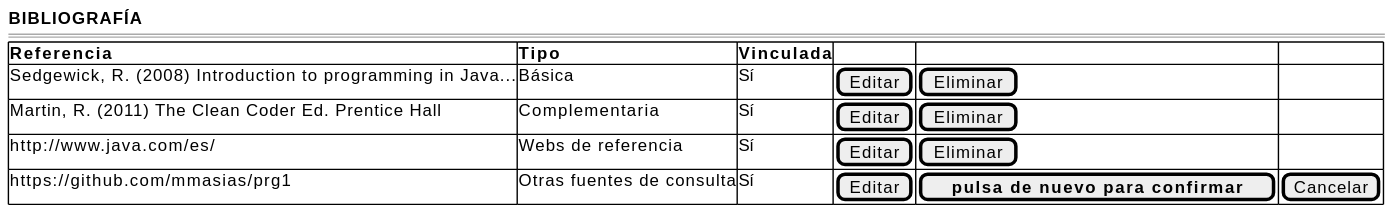
Before: images/RUP/01-requisitos/03-detalle-casos-uso/eliminarReferenciaBibliografica/wireframe.svg, a diagram exported from PlantUML (mmasias/pyCeldaPublico).
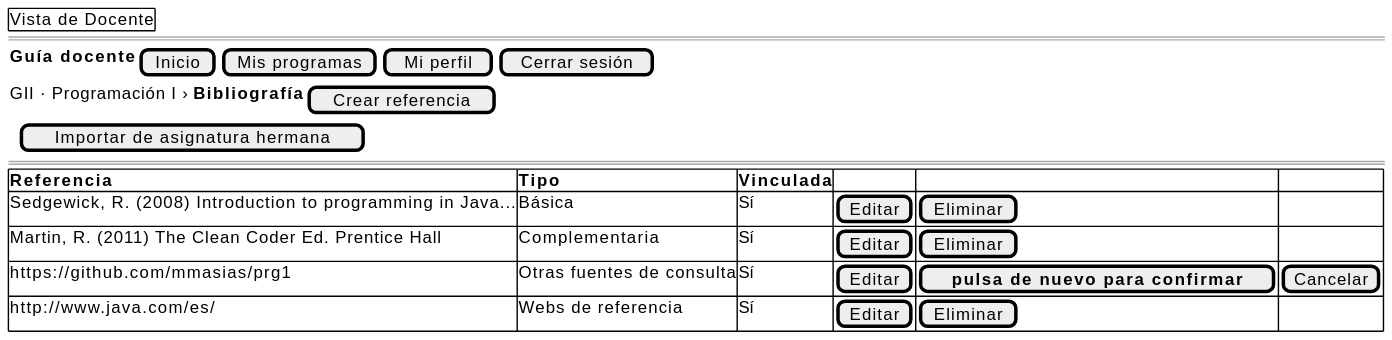
The same diagram one commit later.

The edit, as a diff of the source:
```diff
@@ -1,13 +1,17 @@
 @startsalt eliminarReferenciaBibliografica-wireframe
 {
-    <b>BIBLIOGRAFÍA</b>
+    {+ Vista de Docente }
+    ====
+    {<b>Guía docente</b> | [Inicio] | [Mis programas] | [Mi perfil] | [Cerrar sesión]}
+    {GII · Programación I › <b>Bibliografía</b> | [Crear referencia]}
+    {. | [Importar de asignatura hermana]}
     ====
     {#
         <b>Referencia | <b>Tipo | <b>Vinculada | . | . | .
         Sedgewick, R. (2008) Introduction to programming in Java... | Básica | Sí | [Editar] | [Eliminar] | .
         Martin, R. (2011) The Clean Coder Ed. Prentice Hall | Complementaria | Sí | [Editar] | [Eliminar] | .
+        https://github.com/mmasias/prg1 | Otras fuentes de consulta | Sí | [Editar] | [ <b>pulsa de nuevo para confirmar</b> ] | [Cancelar]
         http://www.java.com/es/ | Webs de referencia | Sí | [Editar] | [Eliminar] | .
-        https://github.com/mmasias/prg1 | Otras fuentes de consulta | Sí | [Editar] | [ <b>pulsa de nuevo para confirmar</b> ] | [Cancelar]
     }
 }
 @endsalt
```
